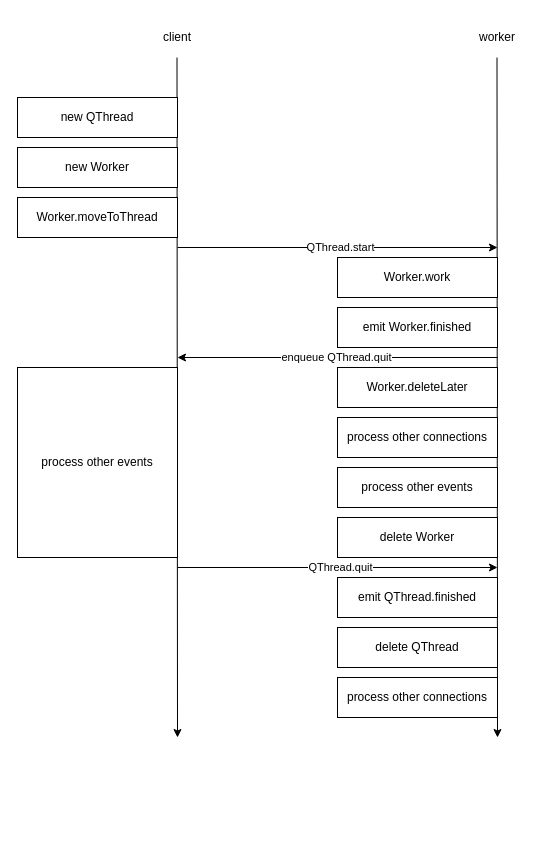
andy-sweet/diagrams keeps this draw.io diagram as superqt-threads.drawio. Above is the earlier version. Source tidied: cells renumbered, new cells numbered last; positions are measured from the earlier drawing's top-left corner, leaving out a move shared by most shapes. Both pictures are drawn from the tidied source at 100%, with x=0, y=0 at pixel (17, 17).
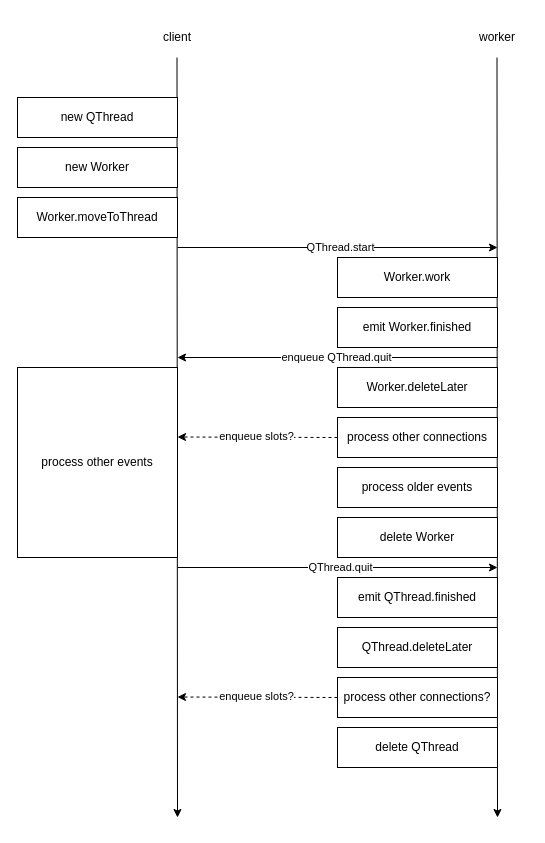
The same page after the edit.

Diff of the diagram source:
```diff
@@
     <mxCell id="2" style="endArrow=classic;html=1;rounded=0;" parent="1" edge="1">
       <mxGeometry relative="1" as="geometry">
         <mxPoint x="159.5" y="40" as="sourcePoint" />
-        <mxPoint x="160" y="720" as="targetPoint" />
+        <mxPoint x="160" y="800" as="targetPoint" />
       </mxGeometry>
     </mxCell>
@@
     <mxCell id="5" style="endArrow=classic;html=1;rounded=0;" parent="1" edge="1">
       <mxGeometry relative="1" as="geometry">
         <mxPoint x="479.5" y="40" as="sourcePoint" />
-        <mxPoint x="480" y="720" as="targetPoint" />
+        <mxPoint x="480" y="800" as="targetPoint" />
       </mxGeometry>
     </mxCell>
@@
-    <mxCell id="21" value="process other events" style="rounded=0;whiteSpace=wrap;html=1;" parent="1" vertex="1">
+    <mxCell id="21" value="process older events" style="rounded=0;whiteSpace=wrap;html=1;" parent="1" vertex="1">
       <mxGeometry x="320" y="450" width="160" height="40" as="geometry" />
     </mxCell>
@@
     <mxCell id="23" value="delete QThread" style="rounded=0;whiteSpace=wrap;html=1;" parent="1" vertex="1">
-      <mxGeometry x="320" y="610" width="160" height="40" as="geometry" />
+      <mxGeometry x="320" y="710" width="160" height="40" as="geometry" />
     </mxCell>
-    <mxCell id="24" value="process other connections" style="rounded=0;whiteSpace=wrap;html=1;" parent="1" vertex="1">
+    <mxCell id="24" value="process other connections?" style="rounded=0;whiteSpace=wrap;html=1;" parent="1" vertex="1">
       <mxGeometry x="320" y="660" width="160" height="40" as="geometry" />
     </mxCell>
+    <mxCell id="25" value="QThread.deleteLater" style="rounded=0;whiteSpace=wrap;html=1;" parent="1" vertex="1">
+      <mxGeometry x="320" y="610" width="160" height="40" as="geometry" />
+    </mxCell>
+    <mxCell id="26" style="endArrow=classic;html=1;rounded=0;dashed=1;" parent="1" edge="1">
+      <mxGeometry relative="1" as="geometry">
+        <mxPoint x="320" y="420" as="sourcePoint" />
+        <mxPoint x="160" y="419.5" as="targetPoint" />
+      </mxGeometry>
+    </mxCell>
+    <mxCell id="27" value="enqueue slots?" style="edgeLabel;html=1;align=center;verticalAlign=middle;" parent="26" vertex="1">
+      <mxGeometry x="0.01" y="3" relative="1" as="geometry">
+        <mxPoint y="-4" as="offset" />
+      </mxGeometry>
+    </mxCell>
+    <mxCell id="28" style="endArrow=classic;html=1;rounded=0;dashed=1;" parent="1" edge="1">
+      <mxGeometry relative="1" as="geometry">
+        <mxPoint x="320" y="680" as="sourcePoint" />
+        <mxPoint x="160" y="679.5" as="targetPoint" />
+      </mxGeometry>
+    </mxCell>
+    <mxCell id="29" value="enqueue slots?" style="edgeLabel;html=1;align=center;verticalAlign=middle;" parent="28" vertex="1">
+      <mxGeometry x="0.01" y="3" relative="1" as="geometry">
+        <mxPoint y="-4" as="offset" />
+      </mxGeometry>
+    </mxCell>
```
